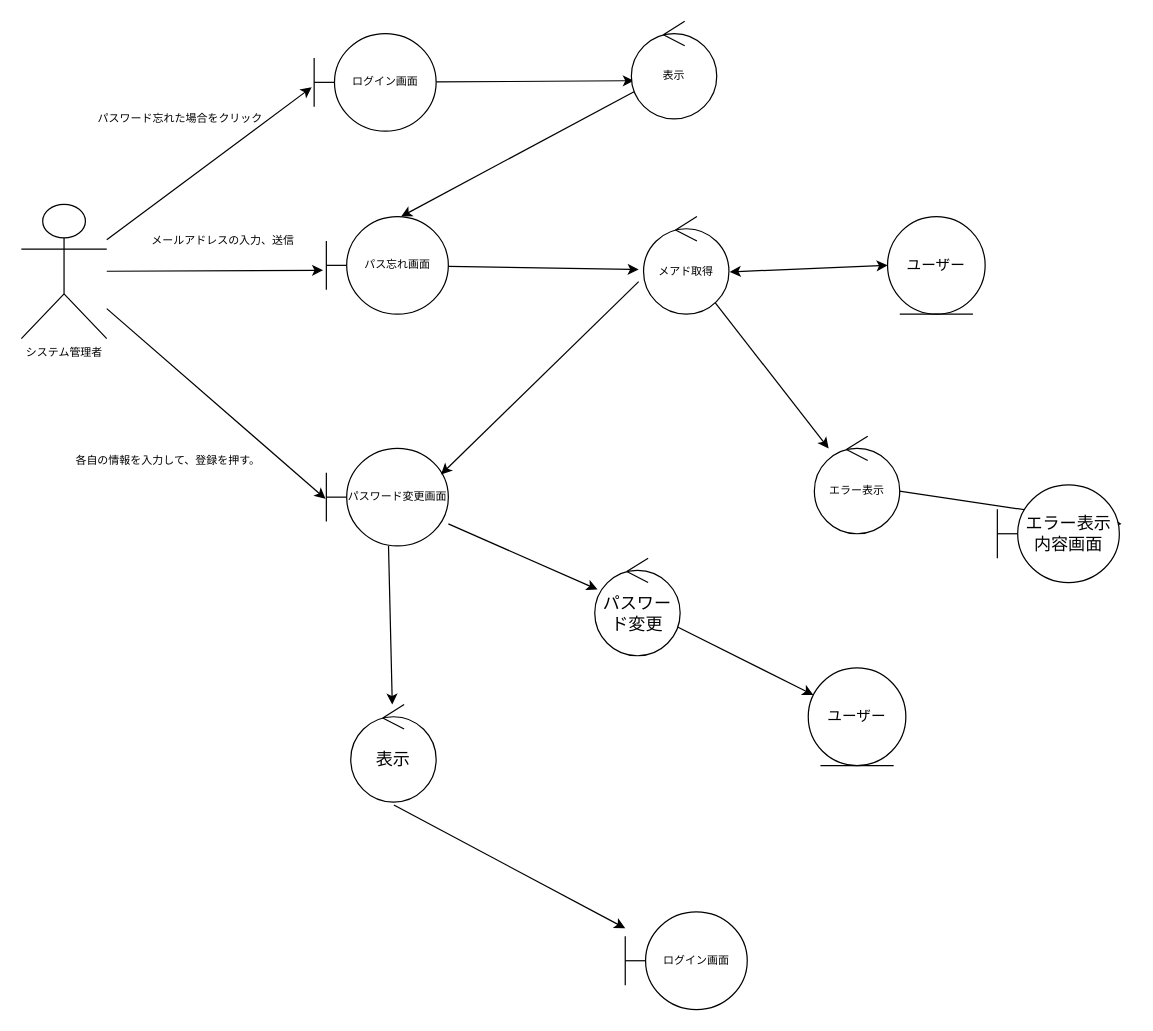
The draw.io diagram page "パス忘れ" (2 of 8) of out/ロバストネス図/システム管理者-ロバストネス図.drawio in ksw2270227/GroupF, before the edit. Source tidied: cells renumbered, new cells numbered last; positions are measured from the earlier drawing's top-left corner, leaving out a move shared by most shapes. Both pictures are drawn from the tidied source at 122%, with x=0, y=0 at pixel (21, 21).
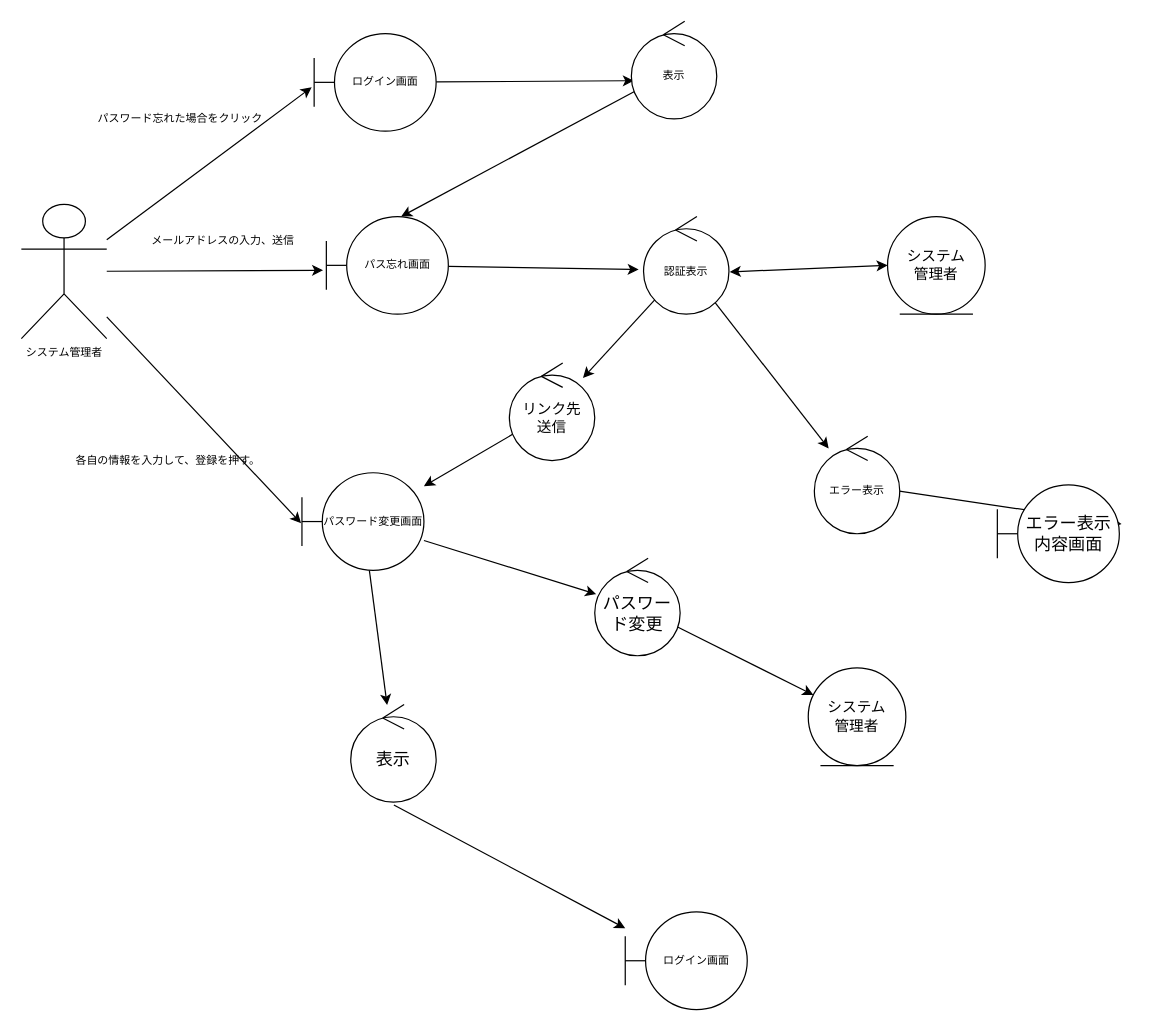
The same page after the edit.

What changed in the source:
```diff
@@
+    <mxCell id="32" style="edgeStyle=none;html=1;" parent="1" edge="1" source="13" target="34">
+      <mxGeometry relative="1" as="geometry" />
+    </mxCell>
-    <mxCell id="13" value="メアド取得" style="ellipse;shape=umlControl;whiteSpace=wrap;html=1;fontSize=9;" parent="1" vertex="1">
+    <mxCell id="13" value="&lt;div style=&quot;text-align: start;&quot;&gt;認証表示&lt;/div&gt;" style="ellipse;shape=umlControl;whiteSpace=wrap;html=1;fontSize=9;" parent="1" vertex="1">
       <mxGeometry x="510" y="160" width="70" height="80" as="geometry" />
     </mxCell>
@@
-    <mxCell id="17" value="ユーザー" style="ellipse;shape=umlEntity;whiteSpace=wrap;html=1;" parent="1" vertex="1">
+    <mxCell id="17" value="システム&lt;br&gt;管理者" style="ellipse;shape=umlEntity;whiteSpace=wrap;html=1;" parent="1" vertex="1">
       <mxGeometry x="710" y="160" width="80" height="80" as="geometry" />
     </mxCell>
@@
     <mxCell id="20" value="パスワード変更画面" style="shape=umlBoundary;whiteSpace=wrap;html=1;fontSize=9;" parent="1" vertex="1">
-      <mxGeometry x="250" y="350" width="100" height="80" as="geometry" />
+      <mxGeometry x="230" y="370" width="100" height="80" as="geometry" />
     </mxCell>
@@
-    <mxCell id="22" style="endArrow=none;startArrow=classic;html=1;fontSize=9;exitX=0.94;exitY=0.267;exitDx=0;exitDy=0;exitPerimeter=0;entryX=-0.057;entryY=0.667;entryDx=0;entryDy=0;entryPerimeter=0;startFill=1;endFill=0;" parent="1" edge="1" source="20" target="13">
-      <mxGeometry relative="1" as="geometry" />
-    </mxCell>
@@
-    <mxCell id="27" value="ユーザー" style="ellipse;shape=umlEntity;whiteSpace=wrap;html=1;" parent="1" vertex="1">
+    <mxCell id="27" value="システム&lt;br&gt;管理者" style="ellipse;shape=umlEntity;whiteSpace=wrap;html=1;" parent="1" vertex="1">
       <mxGeometry x="645" y="530" width="80" height="80" as="geometry" />
     </mxCell>
@@
+    <mxCell id="33" style="edgeStyle=none;html=1;" parent="1" edge="1" source="34" target="20">
+      <mxGeometry relative="1" as="geometry" />
+    </mxCell>
+    <mxCell id="34" value="リンク先&lt;br&gt;送信" style="ellipse;shape=umlControl;whiteSpace=wrap;html=1;" parent="1" vertex="1">
+      <mxGeometry x="400" y="280" width="70" height="80" as="geometry" />
+    </mxCell>
```
